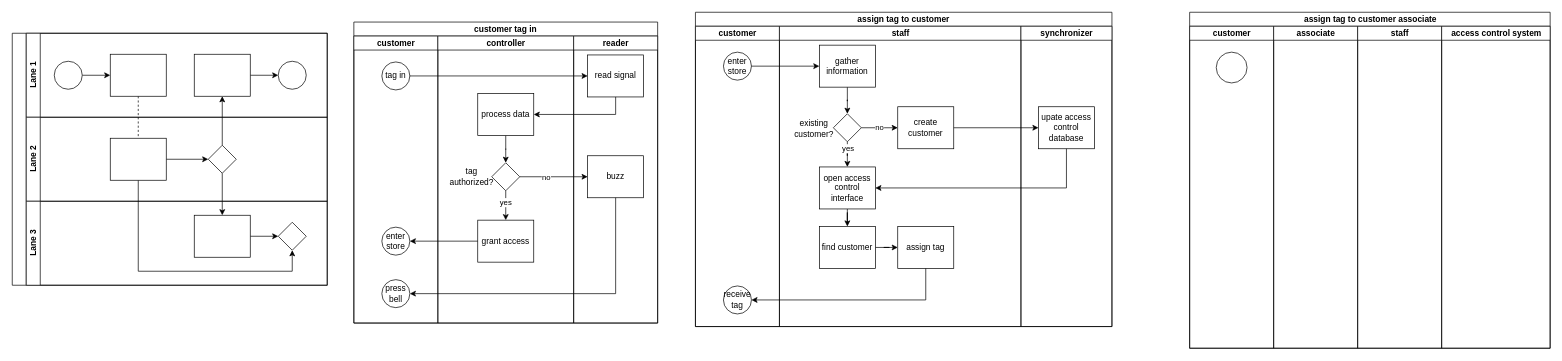
The draw.io diagram Untitled Diagram.drawio in international-salon-supplies/RFID-access-control-system, before the edit. Source tidied: cells renumbered, new cells numbered last; positions are measured from the earlier drawing's top-left corner, leaving out a move shared by most shapes. Both pictures are drawn from the tidied source at 70%, with x=0, y=0 at pixel (12, 12).
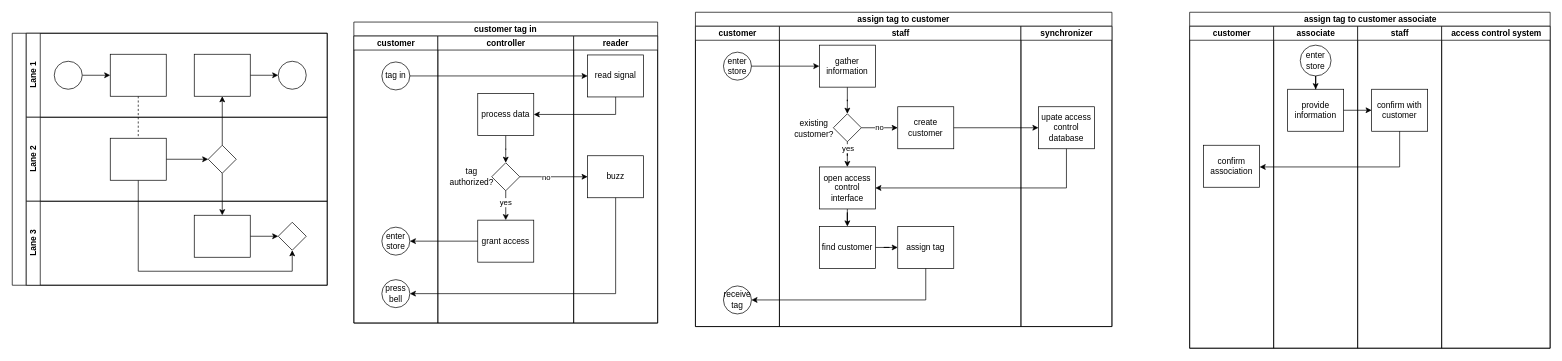
The same page after the edit.

Unchanged cells that the change refers to:
```xml
<mxCell id="69" value="assign tag to customer associate" style="swimlane;startSize=20;html=1;" parent="1" vertex="1">
  <mxGeometry x="1682" width="515" height="480" as="geometry" />
</mxCell>
<mxCell id="70" value="customer" style="swimlane;startSize=20;html=1;" parent="69" vertex="1">
  <mxGeometry y="20" width="120" height="460" as="geometry" />
</mxCell>
<mxCell id="72" value="associate" style="swimlane;startSize=20;html=1;" parent="69" vertex="1">
  <mxGeometry x="120" y="20" width="120" height="460" as="geometry" />
</mxCell>
<mxCell id="73" value="staff" style="swimlane;startSize=20;html=1;" parent="69" vertex="1">
  <mxGeometry x="240" y="20" width="120" height="460" as="geometry" />
</mxCell>
```

The edit, as a diff of the source:
```diff
@@
-    <mxCell id="71" style="ellipse;whiteSpace=wrap;html=1;" parent="70" vertex="1">
-      <mxGeometry x="38" y="37" width="44" height="44" as="geometry" />
-    </mxCell>
+    <mxCell id="75" value="confirm association" style="rounded=0;whiteSpace=wrap;html=1;fontFamily=Helvetica;fontSize=12;fontColor=#000000;align=center;" parent="70" vertex="1">
+      <mxGeometry x="20" y="170" width="80" height="60" as="geometry" />
+    </mxCell>
@@
+    <mxCell id="76" style="edgeStyle=orthogonalEdgeStyle;rounded=0;jettySize=auto;html=1;" parent="72" edge="1" source="77" target="78">
+      <mxGeometry relative="1" as="geometry" />
+    </mxCell>
+    <mxCell id="77" value="enter store" style="ellipse;whiteSpace=wrap;html=1;" parent="72" vertex="1">
+      <mxGeometry x="38" y="27" width="44" height="44" as="geometry" />
+    </mxCell>
+    <mxCell id="78" value="provide information" style="rounded=0;whiteSpace=wrap;html=1;fontFamily=Helvetica;fontSize=12;fontColor=#000000;align=center;" parent="72" vertex="1">
+      <mxGeometry x="20" y="90" width="80" height="60" as="geometry" />
+    </mxCell>
@@
+    <mxCell id="79" value="confirm with customer" style="rounded=0;whiteSpace=wrap;html=1;fontFamily=Helvetica;fontSize=12;fontColor=#000000;align=center;" parent="73" vertex="1">
+      <mxGeometry x="20" y="90" width="80" height="60" as="geometry" />
+    </mxCell>
@@
+    <mxCell id="80" style="edgeStyle=orthogonalEdgeStyle;rounded=0;jettySize=auto;html=1;" parent="69" edge="1" source="78" target="79">
+      <mxGeometry relative="1" as="geometry" />
+    </mxCell>
+    <mxCell id="81" style="edgeStyle=orthogonalEdgeStyle;rounded=0;jettySize=auto;html=1;" parent="69" edge="1" source="79" target="75">
+      <mxGeometry relative="1" as="geometry">
+        <Array as="points">
+          <mxPoint x="300" y="221" />
+        </Array>
+      </mxGeometry>
+    </mxCell>
```
